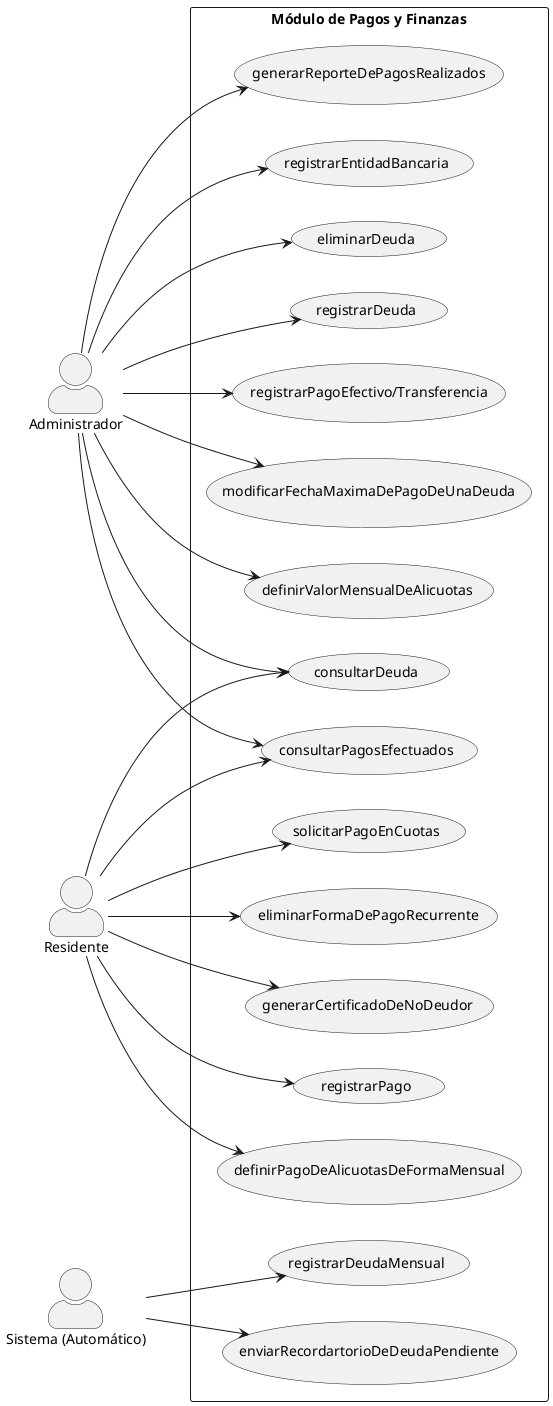
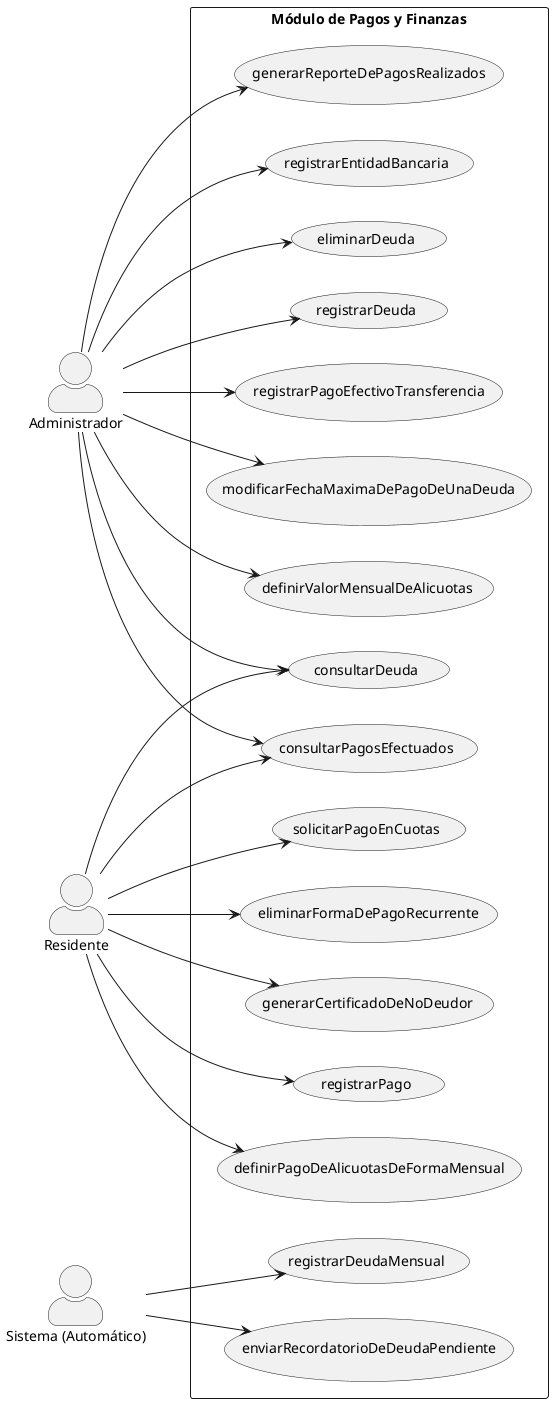
@startuml
skinparam actorStyle awesome
left to right direction

actor "Administrador" as Admin
actor "Residente" as Residente
actor "Sistema (Automático)" as Sistema

rectangle "Módulo de Pagos y Finanzas" {
    ' CASOS DE USO DEL ADMINISTRADOR
    usecase "registrarDeuda" as UC_RegistrarDeuda
-     usecase "registrarPagoEfectivo/Transferencia" as UC_PagoAdmin
+     usecase "registrarPagoEfectivoTransferencia" as UC_PagoAdmin
    usecase "modificarFechaMaximaDePagoDeUnaDeuda" as UC_R1
    usecase "definirValorMensualDeAlicuotas" as UC_R3
    usecase "generarReporteDePagosRealizados" as UC_B1
    usecase "registrarEntidadBancaria" as UC_F1
    usecase "eliminarDeuda" as UC_F5

    ' CASOS DE USO DEL RESIDENTE
    usecase "registrarPago" as UC_PagoResidente
    usecase "definirPagoDeAlicuotasDeFormaMensual" as UC_R4
    usecase "solicitarPagoEnCuotas" as UC_F3
    usecase "eliminarFormaDePagoRecurrente" as UC_F4
    usecase "generarCertificadoDeNoDeudor" as UC_F6

    ' CASOS DE USO COMPARTIDOS (Admin y Residente)
    usecase "consultarDeuda" as UC_ConsultarDeuda
    usecase "consultarPagosEfectuados" as UC_F2

    ' CASOS DE USO DEL SISTEMA
    usecase "registrarDeudaMensual" as UC_DeudaMensualSistema
-     usecase "enviarRecordartorioDeDeudaPendiente" as UC_B2
+     usecase "enviarRecordatorioDeDeudaPendiente" as UC_B2
}

' --- Relaciones del Residente ---
Residente --> UC_PagoResidente
Residente --> UC_ConsultarDeuda
Residente --> UC_F2
Residente --> UC_F3
Residente --> UC_F4
Residente --> UC_F6
Residente --> UC_R4

' --- Relaciones del Administrador ---
Admin --> UC_RegistrarDeuda
Admin --> UC_PagoAdmin
Admin --> UC_ConsultarDeuda
Admin --> UC_R1
Admin --> UC_R3
Admin --> UC_B1
Admin --> UC_F1
Admin --> UC_F2
Admin --> UC_F5

' --- Relaciones del Sistema (Procesos Automáticos) ---
Sistema --> UC_B2
Sistema --> UC_DeudaMensualSistema

@enduml